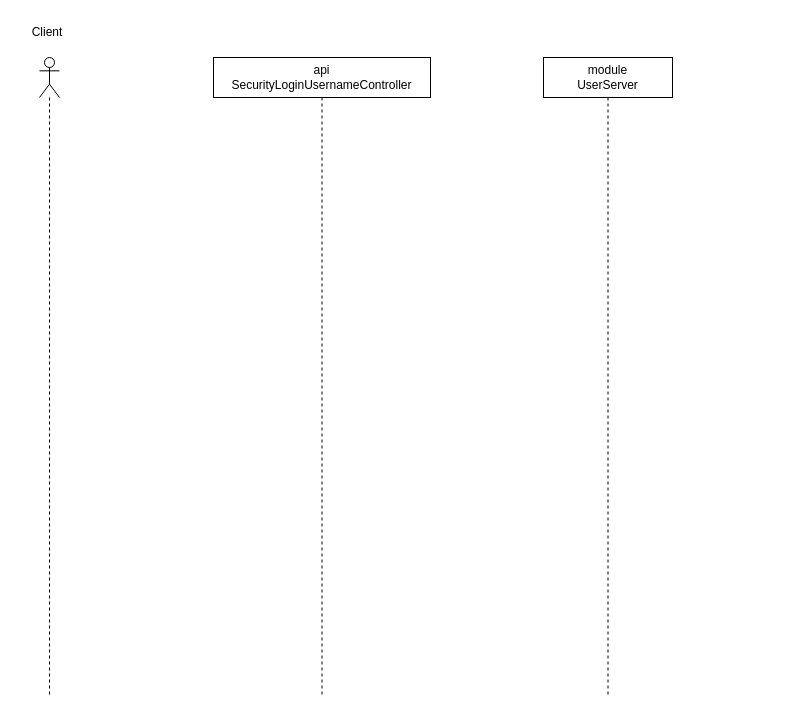
This is 涛哥视频总结/账号密码登录.drawio from niuxiaocong/zongjie-picture, a draw.io file, before an edit. Source tidied: cells renumbered, new cells numbered last; positions are measured from the earlier drawing's top-left corner, leaving out a move shared by most shapes. Both pictures are drawn from the tidied source at 100%, with x=0, y=0 at pixel (17, 17).
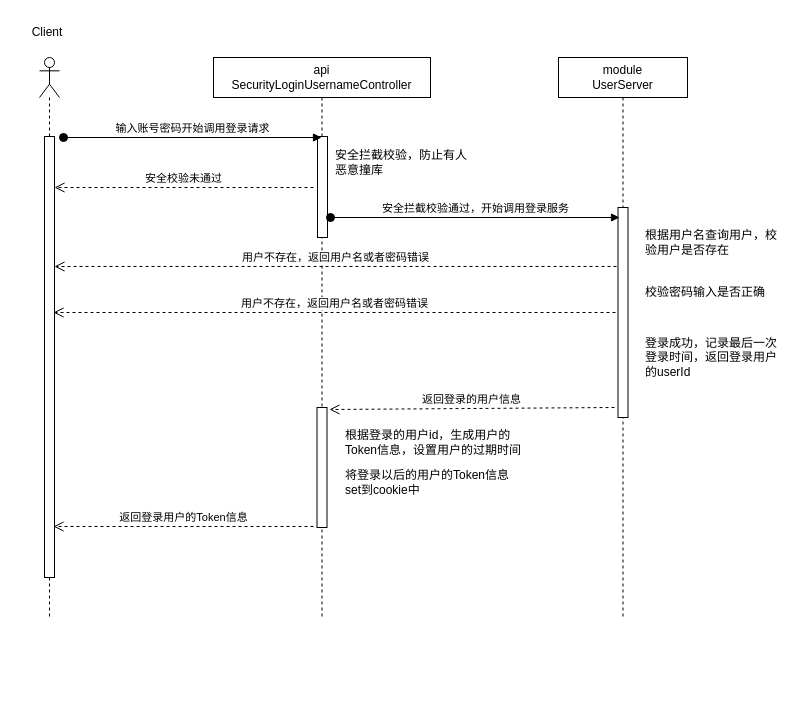
After the change.

Commit message (it also covers changes not shown here):
账号密码登录.drawio

What changed in the source:
```diff
@@
     <mxCell id="2" value="api&lt;br&gt;SecurityLoginUsernameController" style="shape=umlLifeline;perimeter=lifelinePerimeter;whiteSpace=wrap;html=1;outlineConnect=0;portConstraint=eastwest;newEdgeStyle={&quot;curved&quot;:0,&quot;rounded&quot;:0};" parent="1" vertex="1">
-      <mxGeometry x="196" y="40" width="217" height="640" as="geometry" />
+      <mxGeometry x="196" y="40" width="217" height="560" as="geometry" />
     </mxCell>
+    <mxCell id="6" style="html=1;perimeter=orthogonalPerimeter;targetShapes=umlLifeline;newEdgeStyle={&quot;curved&quot;:0,&quot;rounded&quot;:0};" parent="2" vertex="1">
+      <mxGeometry x="104" y="79" width="10" height="101" as="geometry" />
+    </mxCell>
+    <mxCell id="7" style="html=1;perimeter=orthogonalPerimeter;targetShapes=umlLifeline;newEdgeStyle={&quot;curved&quot;:0,&quot;rounded&quot;:0};" parent="2" vertex="1">
+      <mxGeometry x="103.5" y="350" width="10" height="120" as="geometry" />
+    </mxCell>
     <mxCell id="3" style="shape=umlLifeline;perimeter=lifelinePerimeter;whiteSpace=wrap;html=1;newEdgeStyle={&quot;curved&quot;:0,&quot;rounded&quot;:0};participant=umlActor;" parent="1" vertex="1">
-      <mxGeometry x="22" y="40" width="20" height="640" as="geometry" />
+      <mxGeometry x="22" y="40" width="20" height="560" as="geometry" />
     </mxCell>
+    <mxCell id="8" style="html=1;points=[[0,0,0,0,5],[0,1,0,0,-5],[1,0,0,0,5],[1,1,0,0,-5]];perimeter=orthogonalPerimeter;outlineConnect=0;targetShapes=umlLifeline;portConstraint=eastwest;newEdgeStyle={&quot;curved&quot;:0,&quot;rounded&quot;:0};" parent="3" vertex="1">
+      <mxGeometry x="5" y="79" width="10" height="441" as="geometry" />
+    </mxCell>
     <mxCell id="4" value="module&lt;br&gt;UserServer" style="shape=umlLifeline;perimeter=lifelinePerimeter;whiteSpace=wrap;html=1;newEdgeStyle={&quot;curved&quot;:0,&quot;rounded&quot;:0};" parent="1" vertex="1">
-      <mxGeometry x="526" y="40" width="129" height="640" as="geometry" />
+      <mxGeometry x="541" y="40" width="129" height="560" as="geometry" />
     </mxCell>
+    <mxCell id="9" style="html=1;perimeter=orthogonalPerimeter;targetShapes=umlLifeline;newEdgeStyle={&quot;curved&quot;:0,&quot;rounded&quot;:0};" parent="4" vertex="1">
+      <mxGeometry x="59.5" y="150" width="10" height="210" as="geometry" />
+    </mxCell>
@@
+    <mxCell id="10" value="输入账号密码开始调用登录请求" style="html=1;verticalAlign=bottom;startArrow=oval;startFill=1;endArrow=block;startSize=8;curved=0;rounded=0;" parent="1" edge="1" target="2">
+      <mxGeometry relative="1" as="geometry">
+        <mxPoint x="46" y="120" as="sourcePoint" />
+      </mxGeometry>
+    </mxCell>
+    <mxCell id="11" value="安全拦截校验，防止有人恶意撞库" style="text;html=1;strokeColor=none;fillColor=none;align=left;verticalAlign=middle;whiteSpace=wrap;rounded=0;" parent="1" vertex="1">
+      <mxGeometry x="316" y="130" width="140" height="30" as="geometry" />
+    </mxCell>
+    <mxCell id="12" value="安全校验未通过" style="html=1;verticalAlign=bottom;endArrow=open;dashed=1;endSize=8;curved=0;rounded=0;" parent="1" edge="1" target="8">
+      <mxGeometry relative="1" as="geometry">
+        <mxPoint x="296" y="170" as="sourcePoint" />
+      </mxGeometry>
+    </mxCell>
+    <mxCell id="13" value="安全拦截校验通过，开始调用登录服务" style="html=1;verticalAlign=bottom;startArrow=oval;startFill=1;endArrow=block;startSize=8;curved=0;rounded=0;" parent="1" edge="1">
+      <mxGeometry relative="1" as="geometry">
+        <mxPoint x="313" y="200" as="sourcePoint" />
+        <mxPoint x="602" y="200" as="targetPoint" />
+      </mxGeometry>
+    </mxCell>
+    <mxCell id="14" value="根据用户名查询用户，校验用户是否存在" style="text;html=1;strokeColor=none;fillColor=none;align=left;verticalAlign=middle;whiteSpace=wrap;rounded=0;" parent="1" vertex="1">
+      <mxGeometry x="626" y="210" width="140" height="30" as="geometry" />
+    </mxCell>
+    <mxCell id="15" value="用户不存在，返回用户名或者密码错误" style="html=1;verticalAlign=bottom;endArrow=open;dashed=1;endSize=8;curved=0;rounded=0;" parent="1" edge="1">
+      <mxGeometry relative="1" as="geometry">
+        <mxPoint x="599" y="249" as="sourcePoint" />
+        <mxPoint x="37" y="249" as="targetPoint" />
+      </mxGeometry>
+    </mxCell>
+    <mxCell id="16" value="校验密码输入是否正确" style="text;html=1;strokeColor=none;fillColor=none;align=left;verticalAlign=middle;whiteSpace=wrap;rounded=0;" parent="1" vertex="1">
+      <mxGeometry x="626" y="260" width="140" height="30" as="geometry" />
+    </mxCell>
+    <mxCell id="17" value="用户不存在，返回用户名或者密码错误" style="html=1;verticalAlign=bottom;endArrow=open;dashed=1;endSize=8;curved=0;rounded=0;" parent="1" edge="1">
+      <mxGeometry relative="1" as="geometry">
+        <mxPoint x="598" y="295" as="sourcePoint" />
+        <mxPoint x="36" y="295" as="targetPoint" />
+      </mxGeometry>
+    </mxCell>
+    <mxCell id="18" value="登录成功，记录最后一次登录时间，返回登录用户的userId" style="text;html=1;strokeColor=none;fillColor=none;align=left;verticalAlign=middle;whiteSpace=wrap;rounded=0;" parent="1" vertex="1">
+      <mxGeometry x="626" y="320" width="140" height="40" as="geometry" />
+    </mxCell>
+    <mxCell id="19" value="返回登录的用户信息" style="html=1;verticalAlign=bottom;endArrow=open;dashed=1;endSize=8;curved=0;rounded=0;" parent="1" edge="1">
+      <mxGeometry relative="1" as="geometry">
+        <mxPoint x="597" y="390" as="sourcePoint" />
+        <mxPoint x="312" y="392" as="targetPoint" />
+      </mxGeometry>
+    </mxCell>
+    <mxCell id="20" value="根据登录的用户id，生成用户的Token信息，设置用户的过期时间" style="text;html=1;strokeColor=none;fillColor=none;align=left;verticalAlign=middle;whiteSpace=wrap;rounded=0;" parent="1" vertex="1">
+      <mxGeometry x="326" y="410" width="180" height="30" as="geometry" />
+    </mxCell>
+    <mxCell id="21" value="将登录以后的用户的Token信息set到cookie中" style="text;html=1;strokeColor=none;fillColor=none;align=left;verticalAlign=middle;whiteSpace=wrap;rounded=0;" parent="1" vertex="1">
+      <mxGeometry x="326" y="450" width="180" height="30" as="geometry" />
+    </mxCell>
+    <mxCell id="22" value="返回登录用户的Token信息" style="html=1;verticalAlign=bottom;endArrow=open;dashed=1;endSize=8;curved=0;rounded=0;" parent="1" edge="1">
+      <mxGeometry relative="1" as="geometry">
+        <mxPoint x="296" y="509" as="sourcePoint" />
+        <mxPoint x="36" y="509" as="targetPoint" />
+      </mxGeometry>
+    </mxCell>
```
